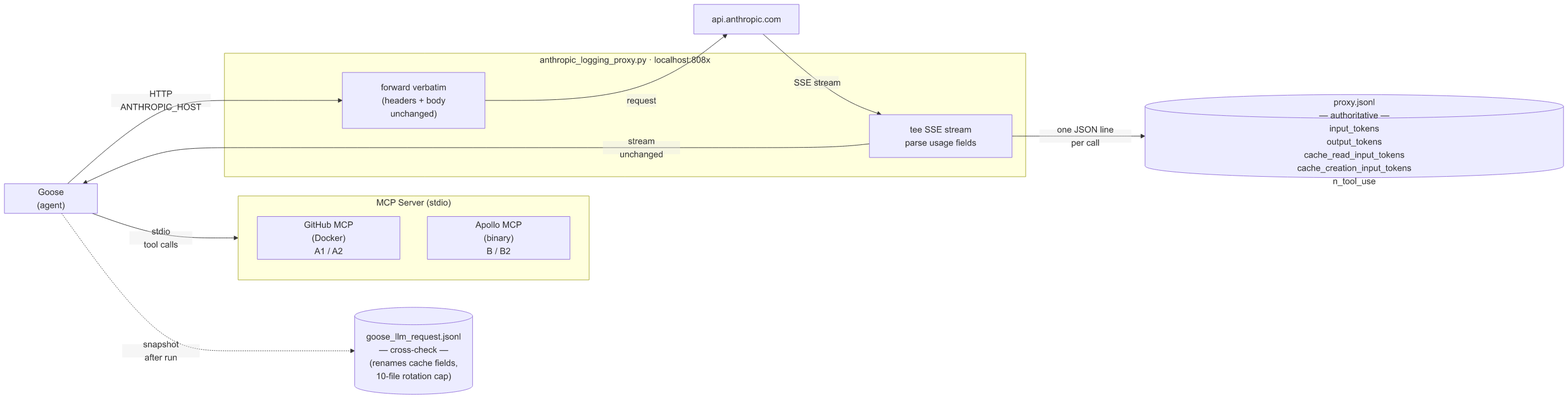
The Mermaid diagram proxy_architecture.png in apollographql/graphql-mcp-benchmarks, before a commit. Its source is kept beside it as proxy_architecture.mmd.
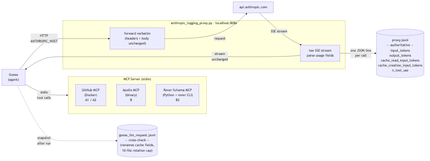
After the commit.

Diff of the diagram source:
```diff
@@ -3,7 +3,8 @@
 
     subgraph MCP ["MCP Server (stdio)"]
         REST["GitHub MCP\n(Docker)\nA1 / A2"]
-        GQL["Apollo MCP\n(binary)\nB / B2"]
+        APOLLO["Apollo MCP\n(binary)\nB"]
+        ROVER["Rover Schema MCP\n(Python + rover CLI)\nB2"]
     end
 
     subgraph PROXY_BOX ["anthropic_logging_proxy.py  ·  localhost:808x"]
```
